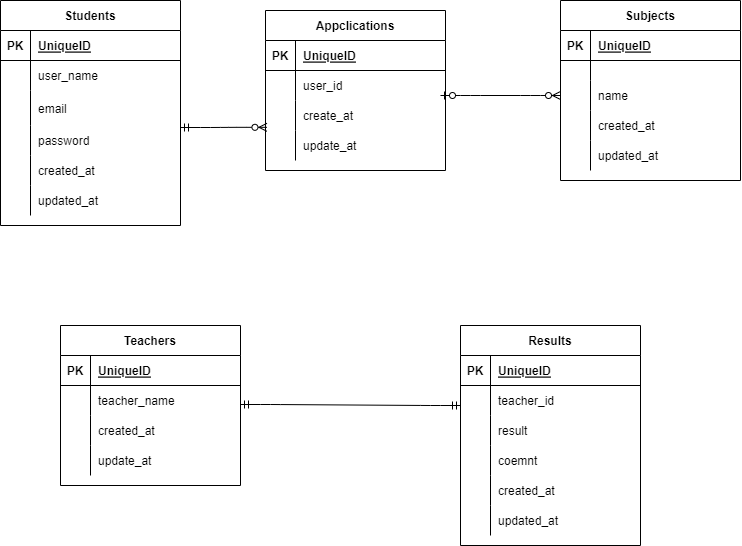
This is test.drawio.png from maimai860/yada20220812, a draw.io export, as it was before one commit. Source tidied: cells renumbered, new cells last; positions are measured from the earlier drawing's top-left corner, leaving out a move shared by most shapes.
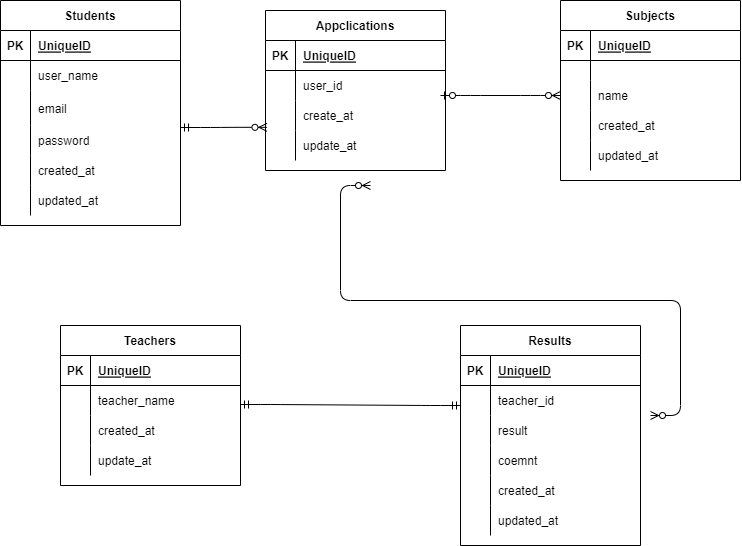
The same file after the commit.

Change to the diagram source:
```diff
@@ -258,5 +258,11 @@
         <mxPoint x="180" y="127" as="sourcePoint" />
       </mxGeometry>
     </mxCell>
+    <mxCell id="85" style="edgeStyle=entityRelationEdgeStyle;fontSize=12;html=1;endArrow=ERzeroToMany;endFill=1;startArrow=ERzeroToMany;" parent="1" edge="1">
+      <mxGeometry relative="1" as="geometry">
+        <mxPoint x="650" y="415" as="sourcePoint" />
+        <mxPoint x="370" y="185" as="targetPoint" />
+      </mxGeometry>
+    </mxCell>
   </root>
 </mxGraphModel>
```
